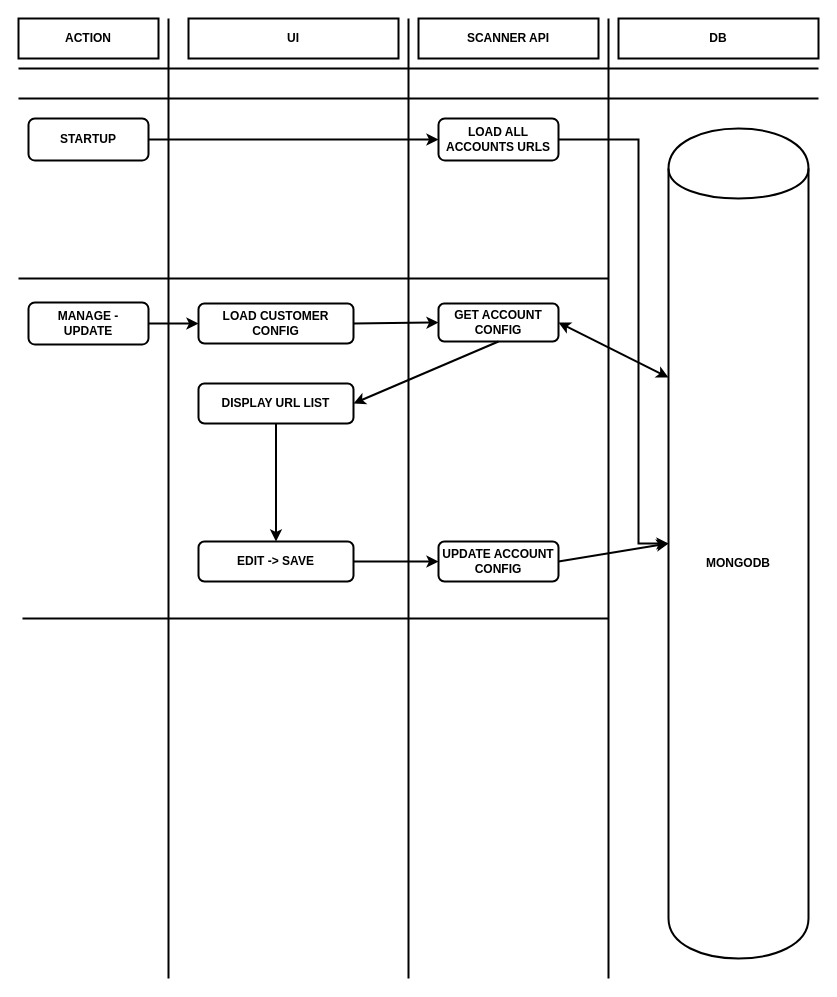
arturgut/status-sonar keeps this draw.io diagram as page "URL Scanner" (6 of 9) of StatusSonar.drawio. Above is the earlier version. Source tidied: cells renumbered, new cells numbered last; positions are measured from the earlier drawing's top-left corner, leaving out a move shared by most shapes. Both pictures are drawn from the tidied source at 100%, with x=0, y=0 at pixel (18, 18).
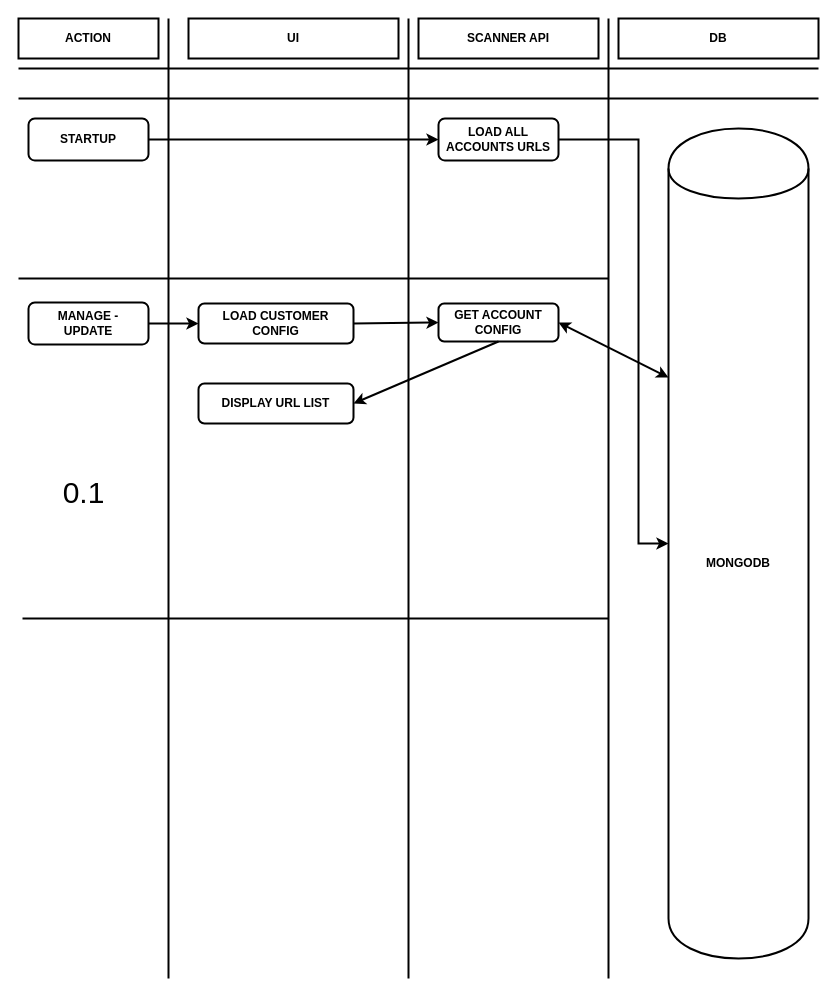
The same diagram, later.

The change refers to these unchanged cells:
```xml
<mxCell id="14" value="DISPLAY URL LIST" style="rounded=1;whiteSpace=wrap;html=1;strokeWidth=2;fontStyle=1;" parent="1" vertex="1">
  <mxGeometry x="180" y="365" width="155" height="40" as="geometry" />
</mxCell>
<mxCell id="30" value="MONGODB" style="shape=cylinder;whiteSpace=wrap;html=1;boundedLbl=1;backgroundOutline=1;strokeWidth=2;fontStyle=1;" parent="1" vertex="1">
  <mxGeometry x="650" y="110" width="140" height="830" as="geometry" />
</mxCell>
```

Diff of the diagram source:
```diff
@@
-    <mxCell id="15" value="EDIT -&amp;gt; SAVE" style="rounded=1;whiteSpace=wrap;html=1;strokeWidth=2;fontStyle=1;" parent="1" vertex="1">
-      <mxGeometry x="180" y="523" width="155" height="40" as="geometry" />
-    </mxCell>
-    <mxCell id="16" style="endArrow=classic;html=1;strokeColor=#000000;strokeWidth=2;exitX=0.5;exitY=1;exitDx=0;exitDy=0;entryX=0.5;entryY=0;entryDx=0;entryDy=0;" parent="1" edge="1" source="14" target="15">
-      <mxGeometry relative="1" as="geometry" />
-    </mxCell>
-    <mxCell id="17" value="UPDATE ACCOUNT CONFIG" style="rounded=1;whiteSpace=wrap;html=1;strokeWidth=2;fontStyle=1;" parent="1" vertex="1">
-      <mxGeometry x="420" y="523" width="120" height="40" as="geometry" />
-    </mxCell>
-    <mxCell id="18" style="endArrow=classic;html=1;strokeColor=#000000;strokeWidth=2;entryX=0;entryY=0.5;entryDx=0;entryDy=0;exitX=1;exitY=0.5;exitDx=0;exitDy=0;" parent="1" edge="1" source="15" target="17">
-      <mxGeometry relative="1" as="geometry" />
-    </mxCell>
-    <mxCell id="19" style="endArrow=classic;html=1;strokeColor=#000000;strokeWidth=2;entryX=0;entryY=0.5;entryDx=0;entryDy=0;exitX=1;exitY=0.5;exitDx=0;exitDy=0;" parent="1" edge="1" source="17" target="30">
-      <mxGeometry relative="1" as="geometry" />
-    </mxCell>
@@
+    <mxCell id="31" value="0.1" style="text;html=1;align=center;verticalAlign=middle;fontSize=30;" parent="1" vertex="1">
+      <mxGeometry x="35" y="454" width="60" height="40" as="geometry" />
+    </mxCell>
```
